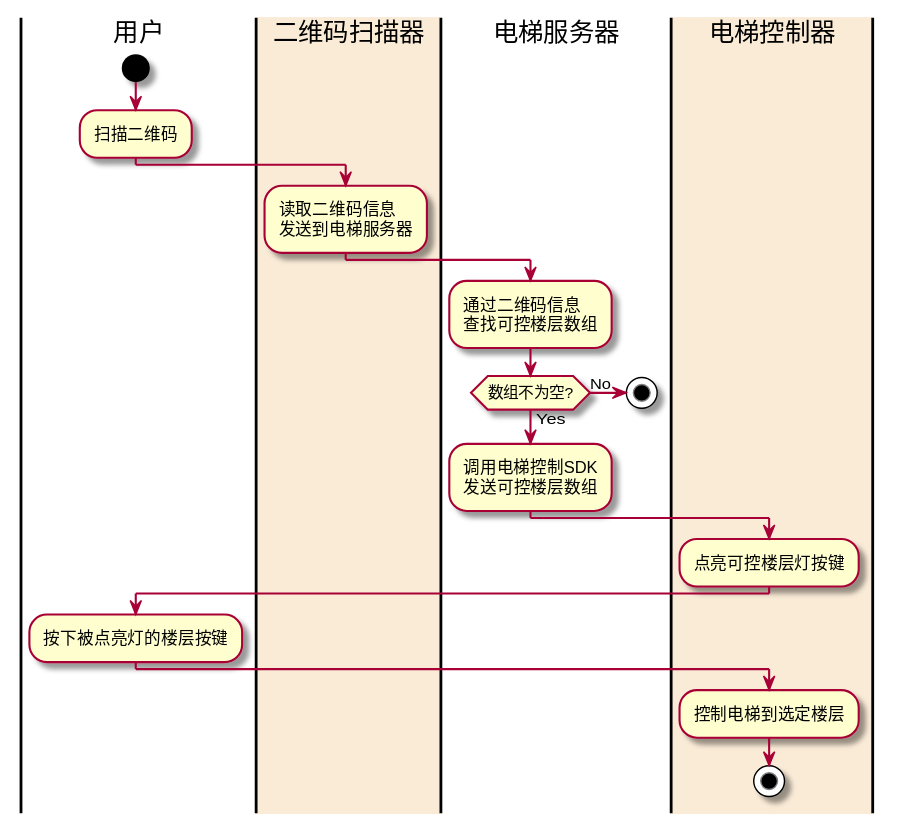
Before: docs/public/pu/qrcode.svg, a diagram exported from PlantUML (joehecn/lean).
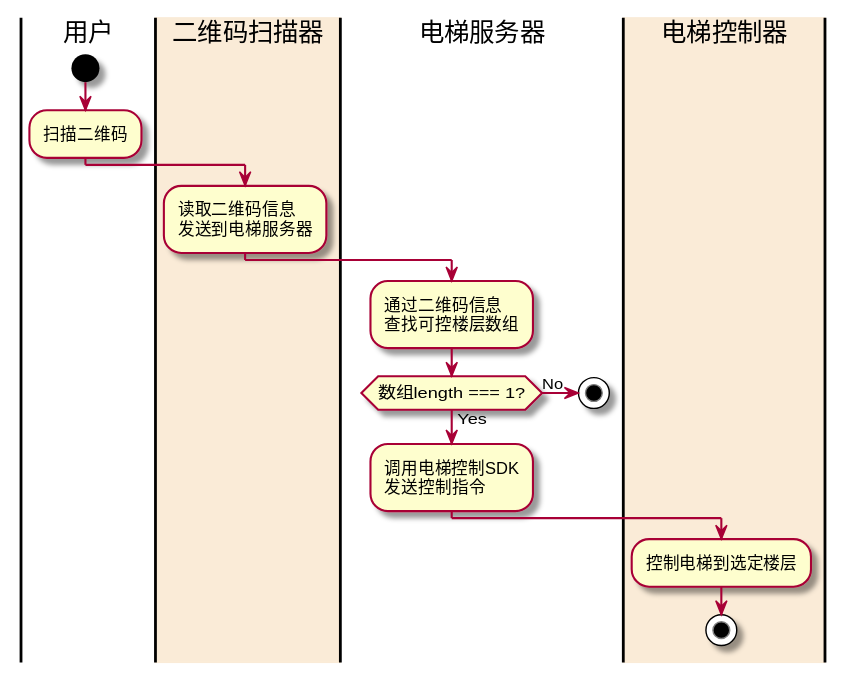
Later version of the same file.

Diff of the diagram source:
```diff
@@ -8,15 +8,11 @@
 |电梯服务器|
 :通过二维码信息
 查找可控楼层数组;
-if (数组不为空?) then (No)
+if (数组length === 1?) then (No)
   stop
 else (Yes)
   :调用电梯控制SDK
-  发送可控楼层数组;
-  |#AntiqueWhite|电梯控制器|
-  :点亮可控楼层灯按键;
-  |用户|
-  :按下被点亮灯的楼层按键;
+  发送控制指令;
   |#AntiqueWhite|电梯控制器|
   :控制电梯到选定楼层;
   stop
```
